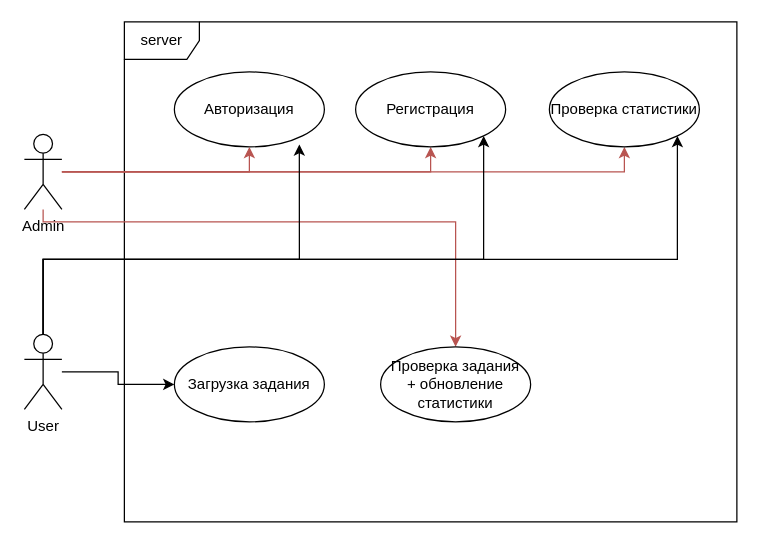
The draw.io diagram docs/UseCase.drawio in tunderof/potato, before the edit. Source tidied: cells renumbered, new cells numbered last; positions are measured from the earlier drawing's top-left corner, leaving out a move shared by most shapes. Both pictures are drawn from the tidied source at 125%, with x=0, y=0 at pixel (24, 21).
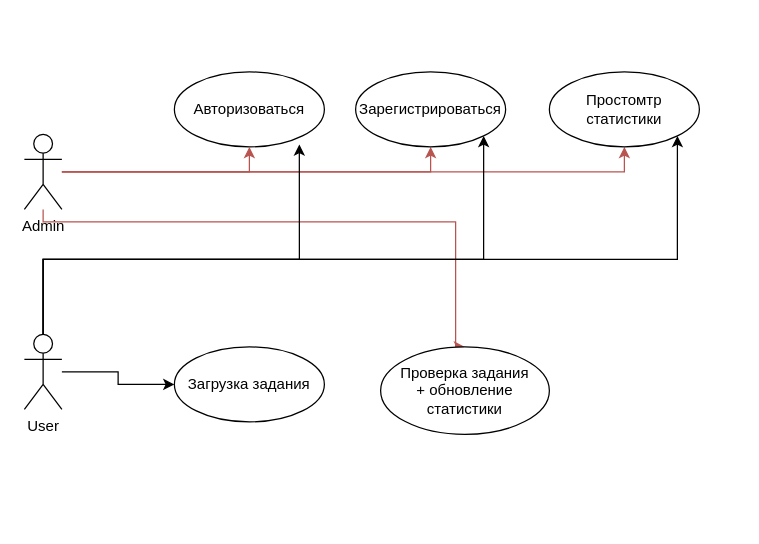
The same diagram, later.

Unchanged cells that the change refers to:
```xml
<mxCell id="17" value="Загрузка задания" style="ellipse;whiteSpace=wrap;html=1;" parent="1" vertex="1">
  <mxGeometry x="120" y="260" width="120" height="60" as="geometry" />
</mxCell>
```

Change to the diagram source:
```diff
@@
-<mxGraphModel>
+<mxGraphModel background="#ffffff">
@@
-    <mxCell id="2" value="server" style="shape=umlFrame;whiteSpace=wrap;html=1;" parent="1" vertex="1">
-      <mxGeometry x="80" width="490" height="400" as="geometry" />
-    </mxCell>
-    <mxCell id="3" value="Авторизация" style="ellipse;whiteSpace=wrap;html=1;" parent="1" vertex="1">
+    <mxCell id="3" value="Авторизоваться" style="ellipse;whiteSpace=wrap;html=1;" parent="1" vertex="1">
       <mxGeometry x="120" y="40" width="120" height="60" as="geometry" />
     </mxCell>
@@
-    <mxCell id="8" value="Admin" style="shape=umlActor;verticalLabelPosition=bottom;verticalAlign=top;html=1;" parent="1" vertex="1">
+    <mxCell id="8" value="Admin" style="shape=umlActor;verticalLabelPosition=bottom;verticalAlign=top;html=1;strokeColor=#000000;fontColor=#000000;" parent="1" vertex="1">
       <mxGeometry y="90" width="30" height="60" as="geometry" />
     </mxCell>
-    <mxCell id="9" style="edgeStyle=orthogonalEdgeStyle;rounded=0;jettySize=auto;html=1;entryX=0.833;entryY=0.967;entryDx=0;entryDy=0;entryPerimeter=0;" parent="1" edge="1" source="13" target="3">
+    <mxCell id="9" style="edgeStyle=orthogonalEdgeStyle;rounded=0;jettySize=auto;html=1;entryX=0.833;entryY=0.967;entryDx=0;entryDy=0;entryPerimeter=0;strokeColor=#000000;" parent="1" edge="1" source="13" target="3">
       <mxGeometry relative="1" as="geometry">
         <Array as="points">
           <mxPoint x="15" y="190" />
           <mxPoint x="220" y="190" />
         </Array>
       </mxGeometry>
     </mxCell>
-    <mxCell id="10" style="edgeStyle=orthogonalEdgeStyle;rounded=0;jettySize=auto;html=1;entryX=1;entryY=1;entryDx=0;entryDy=0;" parent="1" edge="1" source="13" target="14">
+    <mxCell id="10" style="edgeStyle=orthogonalEdgeStyle;rounded=0;jettySize=auto;html=1;entryX=1;entryY=1;entryDx=0;entryDy=0;strokeColor=#000000;" parent="1" edge="1" source="13" target="14">
       <mxGeometry relative="1" as="geometry">
         <Array as="points">
           <mxPoint x="15" y="190" />
           <mxPoint x="367" y="190" />
         </Array>
       </mxGeometry>
     </mxCell>
-    <mxCell id="11" style="edgeStyle=orthogonalEdgeStyle;rounded=0;jettySize=auto;html=1;entryX=1;entryY=1;entryDx=0;entryDy=0;" parent="1" edge="1" source="13" target="15">
+    <mxCell id="11" style="edgeStyle=orthogonalEdgeStyle;rounded=0;jettySize=auto;html=1;entryX=1;entryY=1;entryDx=0;entryDy=0;strokeColor=#000000;" parent="1" edge="1" source="13" target="15">
       <mxGeometry relative="1" as="geometry">
         <Array as="points">
           <mxPoint x="15" y="190" />
           <mxPoint x="522" y="190" />
         </Array>
       </mxGeometry>
     </mxCell>
-    <mxCell id="12" style="edgeStyle=orthogonalEdgeStyle;rounded=0;jettySize=auto;html=1;entryX=0;entryY=0.5;entryDx=0;entryDy=0;" parent="1" edge="1" source="13" target="17">
+    <mxCell id="12" style="edgeStyle=orthogonalEdgeStyle;rounded=0;jettySize=auto;html=1;entryX=0;entryY=0.5;entryDx=0;entryDy=0;strokeColor=#000000;" parent="1" edge="1" source="13" target="17">
       <mxGeometry relative="1" as="geometry" />
     </mxCell>
-    <mxCell id="13" value="User" style="shape=umlActor;verticalLabelPosition=bottom;verticalAlign=top;html=1;" parent="1" vertex="1">
+    <mxCell id="13" value="User" style="shape=umlActor;verticalLabelPosition=bottom;verticalAlign=top;html=1;fontColor=#000000;strokeColor=#000000;" parent="1" vertex="1">
       <mxGeometry y="250" width="30" height="60" as="geometry" />
     </mxCell>
-    <mxCell id="14" value="Регистрация" style="ellipse;whiteSpace=wrap;html=1;" parent="1" vertex="1">
+    <mxCell id="14" value="Зарегистрироваться" style="ellipse;whiteSpace=wrap;html=1;" parent="1" vertex="1">
       <mxGeometry x="265" y="40" width="120" height="60" as="geometry" />
     </mxCell>
-    <mxCell id="15" value="Проверка статистики" style="ellipse;whiteSpace=wrap;html=1;" parent="1" vertex="1">
+    <mxCell id="15" value="Простомтр статистики" style="ellipse;whiteSpace=wrap;html=1;" parent="1" vertex="1">
       <mxGeometry x="420" y="40" width="120" height="60" as="geometry" />
     </mxCell>
     <mxCell id="16" value="Проверка задания&lt;br&gt;+ обновление статистики" style="ellipse;whiteSpace=wrap;html=1;" parent="1" vertex="1">
-      <mxGeometry x="285" y="260" width="120" height="60" as="geometry" />
+      <mxGeometry x="285" y="260" width="135" height="70" as="geometry" />
     </mxCell>
```
